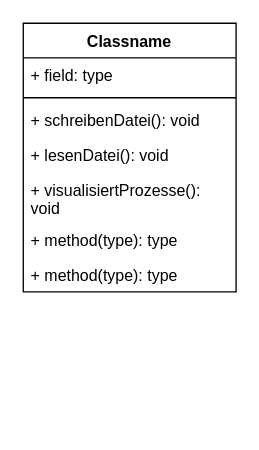
Earlier version of the draw.io diagram BSRN-Lösungskizze_Alternative2-Klassendiagramm.drawio (ynnskrnr/wi-bsrn-werkstueck_a). Source tidied: cells renumbered, new cells numbered last; positions are measured from the earlier drawing's top-left corner, leaving out a move shared by most shapes. Both pictures are drawn from the tidied source at 133%, with x=0, y=0 at pixel (23, 23).
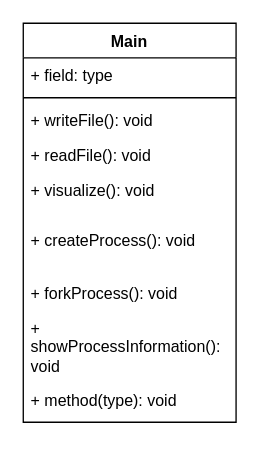
After the change.

Diff of the diagram source:
```diff
@@
 <mxGraphModel>
   <root>
     <mxCell id="0" />
     <mxCell id="1" parent="0" />
-    <mxCell id="2" value="Classname" style="swimlane;fontStyle=1;align=center;verticalAlign=top;horizontal=1;startSize=26;whiteSpace=wrap;html=1;" parent="1" vertex="1">
-      <mxGeometry width="160" height="202" as="geometry" />
+    <mxCell id="2" value="Main" style="swimlane;fontStyle=1;align=center;verticalAlign=top;horizontal=1;startSize=26;whiteSpace=wrap;html=1;" parent="1" vertex="1">
+      <mxGeometry width="160" height="300" as="geometry" />
     </mxCell>
     <mxCell id="3" value="+ field: type" style="text;strokeColor=none;fillColor=none;align=left;verticalAlign=top;spacingLeft=4;spacingRight=4;overflow=hidden;whiteSpace=wrap;html=1;" parent="2" vertex="1">
       <mxGeometry y="26" width="160" height="26" as="geometry" />
     </mxCell>
     <mxCell id="4" style="line;strokeWidth=1;fillColor=none;align=left;verticalAlign=middle;spacingTop=-1;spacingLeft=3;spacingRight=3;labelPosition=right;strokeColor=inherit;" parent="2" vertex="1">
       <mxGeometry y="52" width="160" height="8" as="geometry" />
     </mxCell>
-    <mxCell id="5" value="+ schreibenDatei(): void" style="text;strokeColor=none;fillColor=none;align=left;verticalAlign=top;spacingLeft=4;spacingRight=4;overflow=hidden;whiteSpace=wrap;html=1;" parent="2" vertex="1">
+    <mxCell id="5" value="+ writeFile(): void" style="text;strokeColor=none;fillColor=none;align=left;verticalAlign=top;spacingLeft=4;spacingRight=4;overflow=hidden;whiteSpace=wrap;html=1;" parent="2" vertex="1">
       <mxGeometry y="60" width="160" height="26" as="geometry" />
     </mxCell>
-    <mxCell id="6" value="+ lesenDatei(): void" style="text;strokeColor=none;fillColor=none;align=left;verticalAlign=top;spacingLeft=4;spacingRight=4;overflow=hidden;whiteSpace=wrap;html=1;" parent="2" vertex="1">
+    <mxCell id="6" value="+ readFile(): void" style="text;strokeColor=none;fillColor=none;align=left;verticalAlign=top;spacingLeft=4;spacingRight=4;overflow=hidden;whiteSpace=wrap;html=1;" parent="2" vertex="1">
       <mxGeometry y="86" width="160" height="26" as="geometry" />
     </mxCell>
-    <mxCell id="7" value="+ visualisiertProzesse(): void" style="text;strokeColor=none;fillColor=none;align=left;verticalAlign=top;spacingLeft=4;spacingRight=4;overflow=hidden;whiteSpace=wrap;html=1;" parent="2" vertex="1">
+    <mxCell id="7" value="+ visualize(): void" style="text;strokeColor=none;fillColor=none;align=left;verticalAlign=top;spacingLeft=4;spacingRight=4;overflow=hidden;whiteSpace=wrap;html=1;" parent="2" vertex="1">
       <mxGeometry y="112" width="160" height="38" as="geometry" />
     </mxCell>
-    <mxCell id="8" value="+ method(type): type" style="text;strokeColor=none;fillColor=none;align=left;verticalAlign=top;spacingLeft=4;spacingRight=4;overflow=hidden;whiteSpace=wrap;html=1;" parent="2" vertex="1">
-      <mxGeometry y="150" width="160" height="26" as="geometry" />
+    <mxCell id="8" value="+ createProcess(): void" style="text;strokeColor=none;fillColor=none;align=left;verticalAlign=top;spacingLeft=4;spacingRight=4;overflow=hidden;whiteSpace=wrap;html=1;" parent="2" vertex="1">
+      <mxGeometry y="150" width="160" height="40" as="geometry" />
     </mxCell>
-    <mxCell id="9" value="+ method(type): type" style="text;strokeColor=none;fillColor=none;align=left;verticalAlign=top;spacingLeft=4;spacingRight=4;overflow=hidden;whiteSpace=wrap;html=1;" parent="2" vertex="1">
-      <mxGeometry y="176" width="160" height="26" as="geometry" />
+    <mxCell id="9" value="+ forkProcess(): void" style="text;strokeColor=none;fillColor=none;align=left;verticalAlign=top;spacingLeft=4;spacingRight=4;overflow=hidden;whiteSpace=wrap;html=1;" parent="2" vertex="1">
+      <mxGeometry y="190" width="160" height="26" as="geometry" />
     </mxCell>
+    <mxCell id="10" value="+ showProcessInformation(): void" style="text;strokeColor=none;fillColor=none;align=left;verticalAlign=top;spacingLeft=4;spacingRight=4;overflow=hidden;whiteSpace=wrap;html=1;" parent="2" vertex="1">
+      <mxGeometry y="216" width="160" height="54" as="geometry" />
+    </mxCell>
+    <mxCell id="11" value="+ method(type): void" style="text;strokeColor=none;fillColor=none;align=left;verticalAlign=top;spacingLeft=4;spacingRight=4;overflow=hidden;whiteSpace=wrap;html=1;" parent="2" vertex="1">
+      <mxGeometry y="270" width="160" height="30" as="geometry" />
+    </mxCell>
   </root>
 </mxGraphModel>
```
